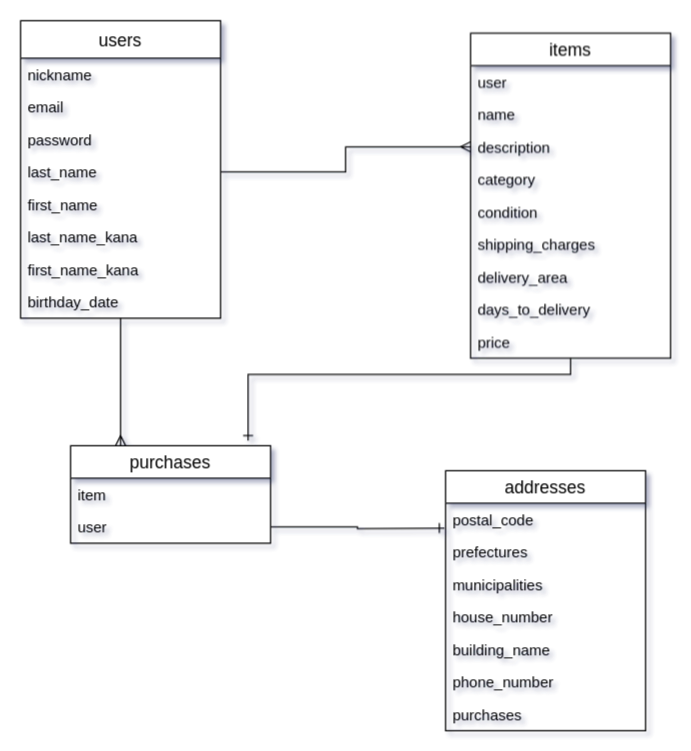
This is table.dio from saka-shun/furima-29727, a draw.io file, before an edit. Source tidied: cells renumbered, new cells numbered last; positions are measured from the earlier drawing's top-left corner, leaving out a move shared by most shapes. Both pictures are drawn from the tidied source at 125%, with x=0, y=0 at pixel (20, 20).
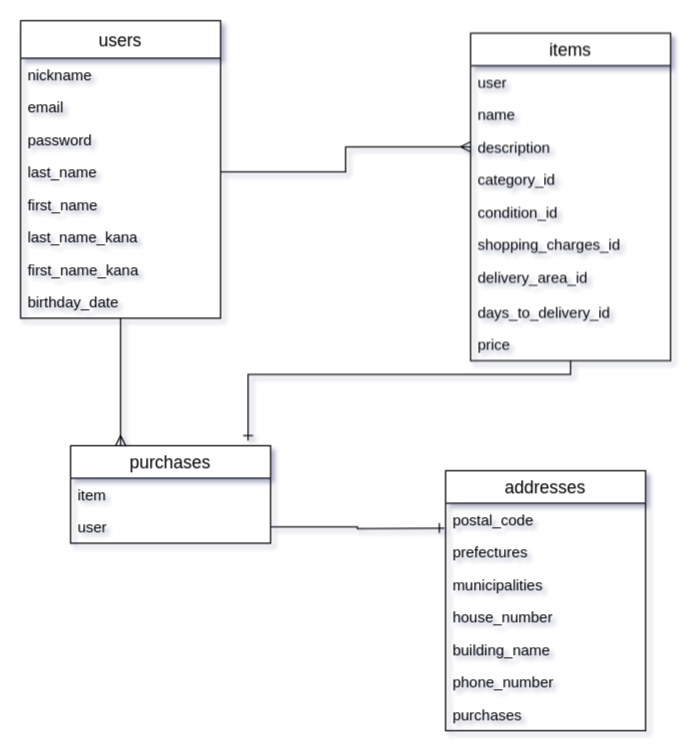
Above is the later version.

Change to the diagram source:
```diff
@@
     <mxCell id="12" value="items" style="swimlane;fontStyle=0;horizontal=1;startSize=26;align=center;fontSize=14;" parent="1" vertex="1">
-      <mxGeometry x="360" y="10" width="160" height="260" as="geometry" />
+      <mxGeometry x="360" y="10" width="160" height="262" as="geometry" />
     </mxCell>
@@
-    <mxCell id="16" value="category" style="text;strokeColor=none;fillColor=none;spacingLeft=4;spacingRight=4;overflow=hidden;fontSize=12;" parent="12" vertex="1">
+    <mxCell id="16" value="category_id" style="text;strokeColor=none;fillColor=none;spacingLeft=4;spacingRight=4;overflow=hidden;fontSize=12;" parent="12" vertex="1">
       <mxGeometry y="104" width="160" height="26" as="geometry" />
     </mxCell>
-    <mxCell id="17" value="condition" style="text;strokeColor=none;fillColor=none;spacingLeft=4;spacingRight=4;overflow=hidden;fontSize=12;" parent="12" vertex="1">
+    <mxCell id="17" value="condition_id" style="text;strokeColor=none;fillColor=none;spacingLeft=4;spacingRight=4;overflow=hidden;fontSize=12;" parent="12" vertex="1">
       <mxGeometry y="130" width="160" height="26" as="geometry" />
     </mxCell>
-    <mxCell id="18" value="shipping_charges" style="text;strokeColor=none;fillColor=none;spacingLeft=4;spacingRight=4;overflow=hidden;fontSize=12;" parent="12" vertex="1">
+    <mxCell id="18" value="shopping_charges_id" style="text;strokeColor=none;fillColor=none;spacingLeft=4;spacingRight=4;overflow=hidden;fontSize=12;" parent="12" vertex="1">
       <mxGeometry y="156" width="160" height="26" as="geometry" />
     </mxCell>
-    <mxCell id="19" value="delivery_area" style="text;strokeColor=none;fillColor=none;spacingLeft=4;spacingRight=4;overflow=hidden;fontSize=12;" parent="12" vertex="1">
-      <mxGeometry y="182" width="160" height="26" as="geometry" />
+    <mxCell id="19" value="delivery_area_id" style="text;strokeColor=none;fillColor=none;spacingLeft=4;spacingRight=4;overflow=hidden;fontSize=12;" parent="12" vertex="1">
+      <mxGeometry y="182" width="160" height="28" as="geometry" />
     </mxCell>
-    <mxCell id="20" value="days_to_delivery" style="text;strokeColor=none;fillColor=none;spacingLeft=4;spacingRight=4;overflow=hidden;fontSize=12;" parent="12" vertex="1">
-      <mxGeometry y="208" width="160" height="26" as="geometry" />
+    <mxCell id="20" value="days_to_delivery_id" style="text;strokeColor=none;fillColor=none;spacingLeft=4;spacingRight=4;overflow=hidden;fontSize=12;" parent="12" vertex="1">
+      <mxGeometry y="210" width="160" height="26" as="geometry" />
     </mxCell>
     <mxCell id="21" value="price" style="text;strokeColor=none;fillColor=none;spacingLeft=4;spacingRight=4;overflow=hidden;points=[[0,0.5],[1,0.5]];portConstraint=eastwest;fontSize=12;" parent="12" vertex="1">
-      <mxGeometry y="234" width="160" height="26" as="geometry" />
+      <mxGeometry y="236" width="160" height="26" as="geometry" />
     </mxCell>
```
